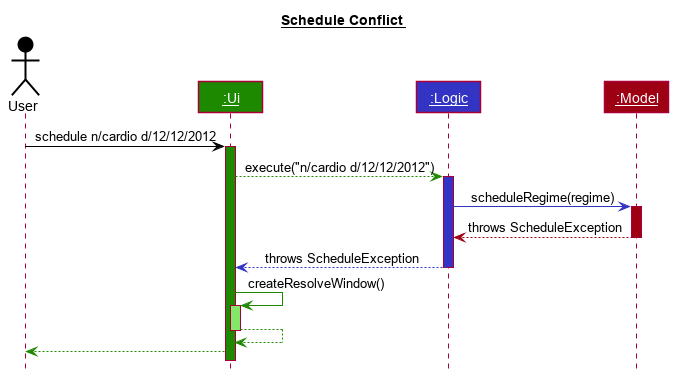
Above: docs/images/ScheduleConflict.png in t-cheepeng/main (PlantUML), before the change.
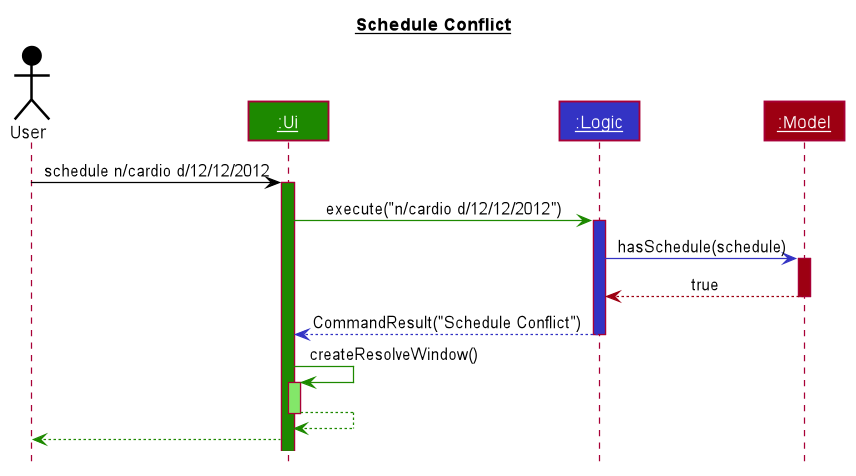
Later version of the same file.

The edit, as a diff of the source:
```diff
@@ -57,16 +57,16 @@
 User -[#000000]> Ui: schedule n/cardio d/12/12/2012
 activate Ui #1D8900
 
-Ui --[#1D8900]> Logic: execute("n/cardio d/12/12/2012")
+Ui -[#1D8900]> Logic: execute("n/cardio d/12/12/2012")
 activate Logic #3333C4
 
-Logic -[#3333C4]> Model: scheduleRegime(regime)
+Logic -[#3333C4]> Model: hasSchedule(schedule)
 activate Model #9D0012
 
-Model --[#9D0012]> Logic: throws ScheduleException
+Model --[#9D0012]> Logic: true
 deactivate Model
 
-Logic --[#3333C4]> Ui: throws ScheduleException
+Logic --[#3333C4]> Ui: CommandResult("Schedule Conflict")
 deactivate Logic
 
 Ui -[#1D8900]> Ui: createResolveWindow()
```
